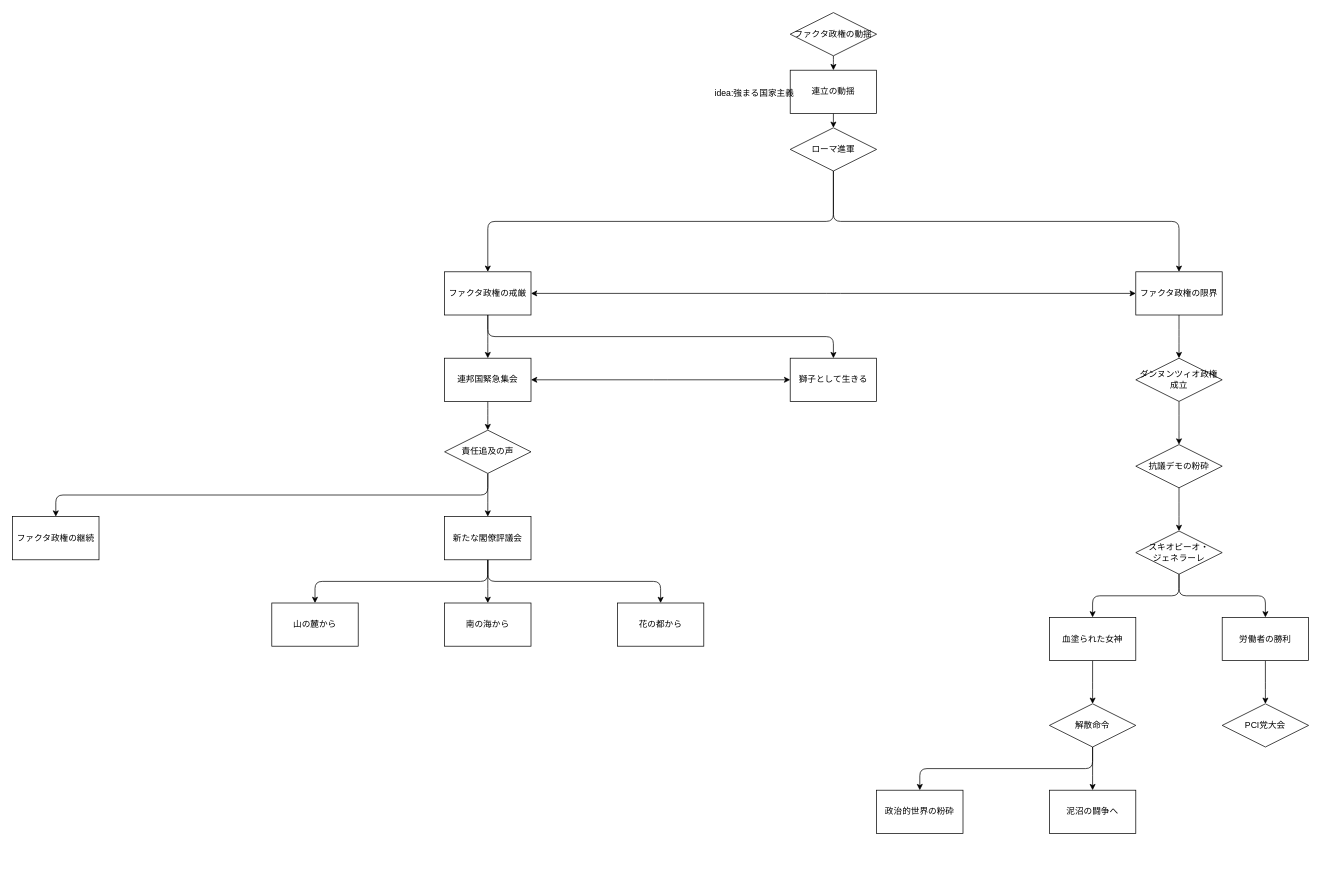
Above: page "NF" (1 of 2) of common/national_focus/_vf_focus_ITA.dio in Volkerfruhling/VolkerfruhlingMod (draw.io), before the change. Source tidied: cells renumbered, new cells numbered last; positions are measured from the earlier drawing's top-left corner, leaving out a move shared by most shapes. Both pictures are drawn from the tidied source at 72%, with x=0, y=0 at pixel (12, 12).
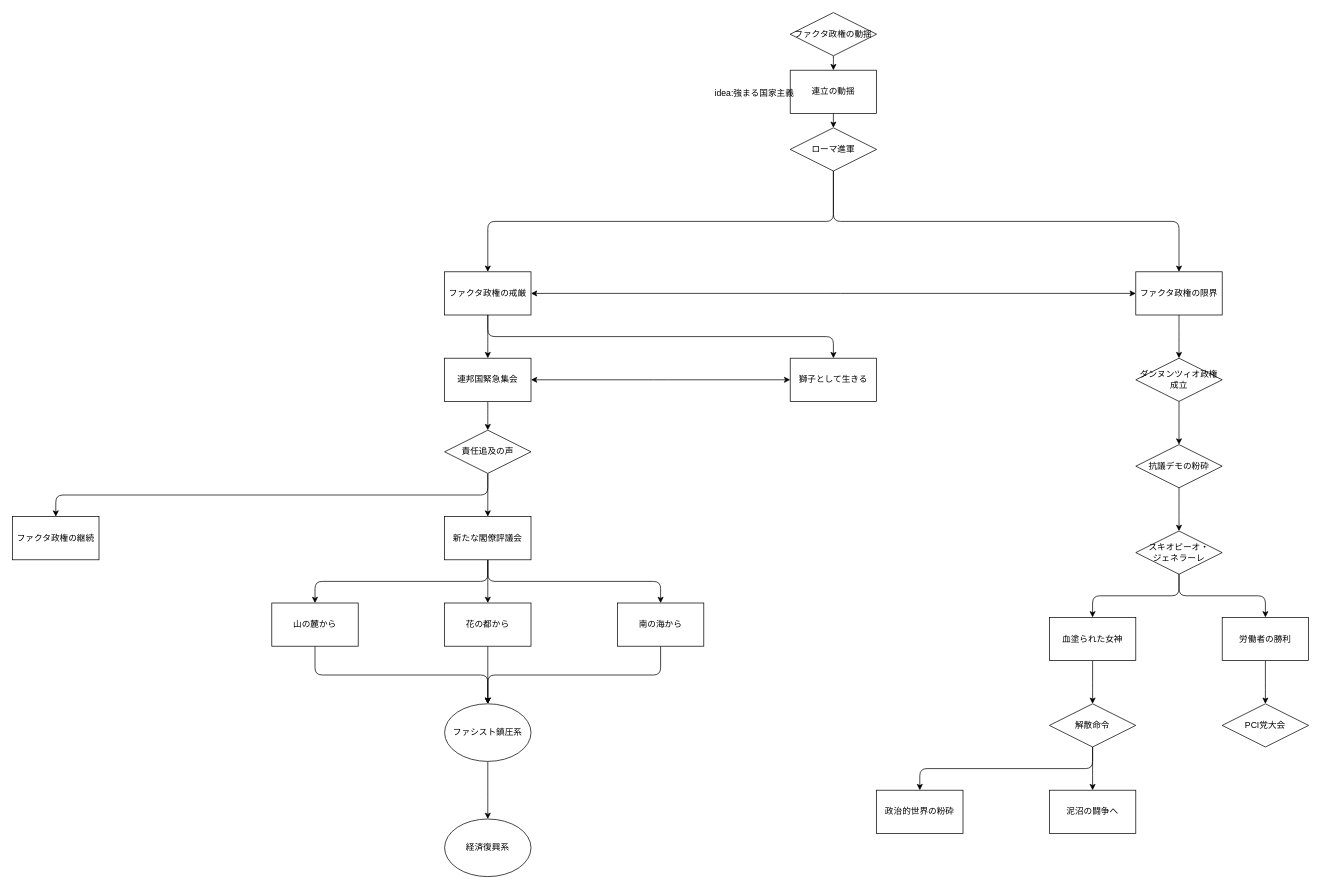
After the change.

The change refers to these unchanged cells:
```xml
<mxCell id="34" value="山の麓から" style="whiteSpace=wrap;html=1;" parent="1" vertex="1">
  <mxGeometry x="360" y="820" width="120" height="60" as="geometry" />
</mxCell>
```

The edit, as a diff of the source:
```diff
@@
+    <mxCell id="48" style="edgeStyle=elbowEdgeStyle;elbow=vertical;html=1;" parent="1" edge="1" source="32" target="52">
+      <mxGeometry relative="1" as="geometry" />
+    </mxCell>
     <mxCell id="32" value="南の海から" style="whiteSpace=wrap;html=1;" parent="1" vertex="1">
-      <mxGeometry x="600" y="820" width="120" height="60" as="geometry" />
+      <mxGeometry x="840" y="820" width="120" height="60" as="geometry" />
     </mxCell>
+    <mxCell id="49" style="edgeStyle=elbowEdgeStyle;elbow=vertical;html=1;" parent="1" edge="1" source="33" target="52">
+      <mxGeometry relative="1" as="geometry" />
+    </mxCell>
     <mxCell id="33" value="花の都から" style="whiteSpace=wrap;html=1;" parent="1" vertex="1">
-      <mxGeometry x="840" y="820" width="120" height="60" as="geometry" />
+      <mxGeometry x="600" y="820" width="120" height="60" as="geometry" />
     </mxCell>
+    <mxCell id="50" style="edgeStyle=elbowEdgeStyle;elbow=vertical;html=1;" parent="1" edge="1" source="34" target="52">
+      <mxGeometry relative="1" as="geometry" />
+    </mxCell>
@@
+    <mxCell id="51" style="edgeStyle=elbowEdgeStyle;elbow=vertical;html=1;entryX=0.5;entryY=0;entryDx=0;entryDy=0;" parent="1" edge="1" source="52" target="53">
+      <mxGeometry relative="1" as="geometry" />
+    </mxCell>
+    <mxCell id="52" value="ファシスト鎮圧系" style="ellipse;whiteSpace=wrap;html=1;" parent="1" vertex="1">
+      <mxGeometry x="600" y="960" width="120" height="80" as="geometry" />
+    </mxCell>
+    <mxCell id="53" value="経済復興系" style="ellipse;whiteSpace=wrap;html=1;" parent="1" vertex="1">
+      <mxGeometry x="600" y="1120" width="120" height="80" as="geometry" />
+    </mxCell>
```
